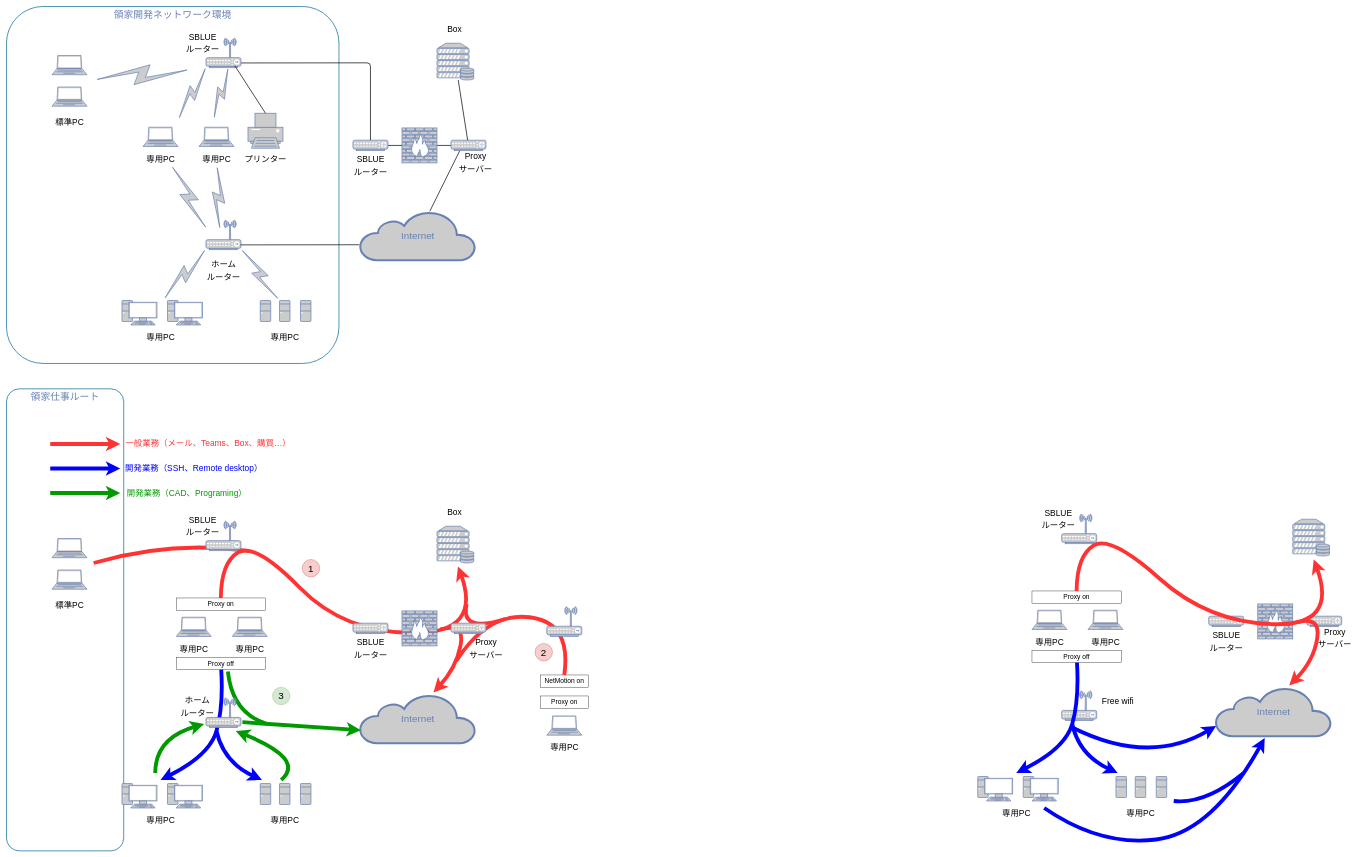
Before: ネットワーク環境.drawio in Shuiiku20/My-Project, a draw.io diagram. Source tidied: cells renumbered, new cells numbered last; positions are measured from the earlier drawing's top-left corner, leaving out a move shared by most shapes. Both pictures are drawn from the tidied source at 35%, with x=0, y=0 at pixel (6, 6).
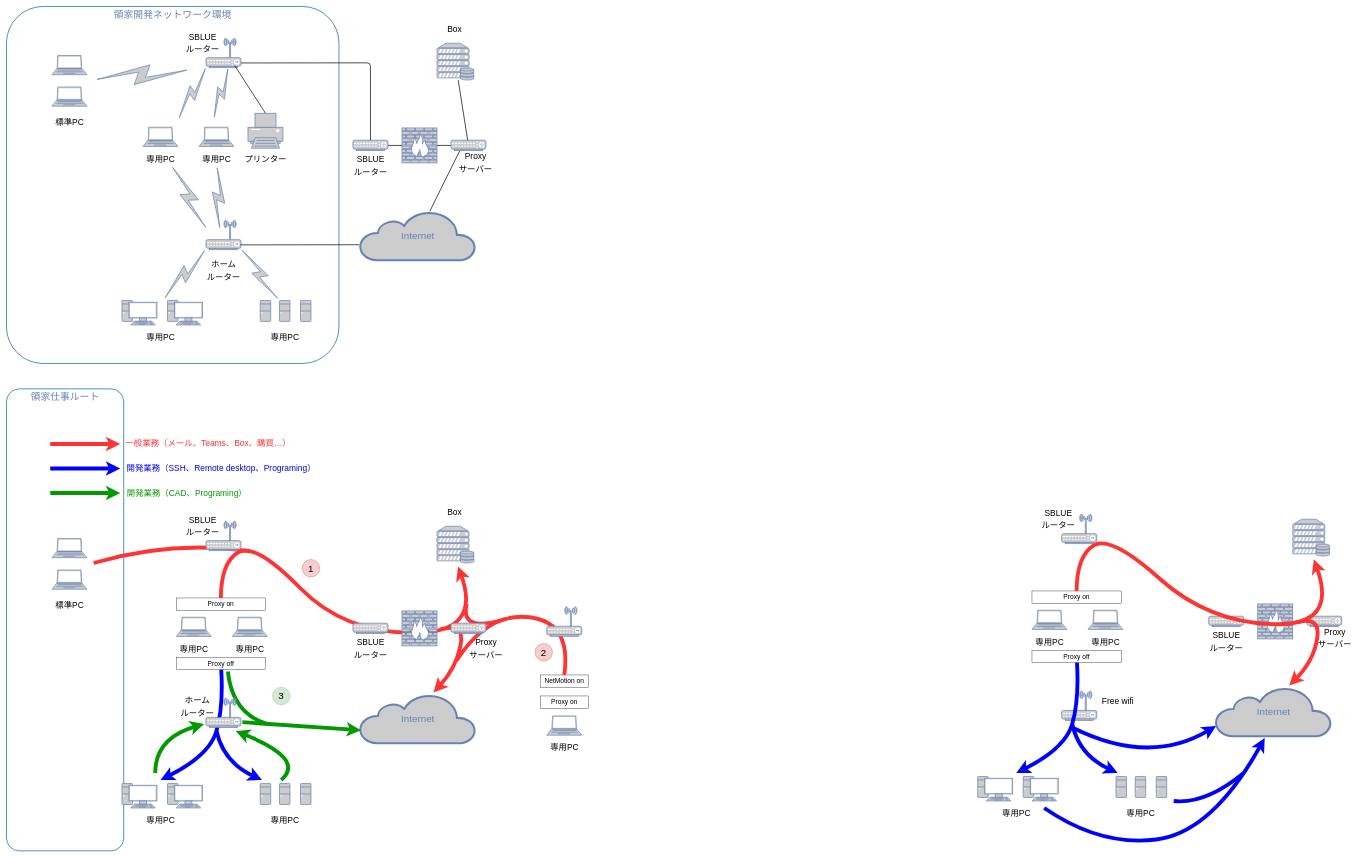
The same diagram, later.

Commit message (it also covers changes not shown here):
ネットワーク環境.drawio を更新します

The change refers to these unchanged cells:
```xml
<mxCell id="76" style="endArrow=classic;html=1;rounded=0;strokeWidth=11;strokeColor=#0000FF;" parent="1" edge="1">
  <mxGeometry relative="1" as="geometry">
    <mxPoint x="125" y="1320" as="sourcePoint" />
    <mxPoint x="325" y="1320" as="targetPoint" />
  </mxGeometry>
</mxCell>
```

The edit, as a diff of the source:
```diff
@@
-    <mxCell id="77" value="&lt;font color=&quot;#0000ff&quot; style=&quot;font-size: 24px;&quot;&gt;開発業務（SSH、Remote desktop）&lt;/font&gt;" style="edgeLabel;html=1;align=center;verticalAlign=middle;" parent="76" vertex="1">
+    <mxCell id="77" value="&lt;font color=&quot;#0000ff&quot; style=&quot;font-size: 24px;&quot;&gt;開発業務（SSH、Remote desktop、Programing）&lt;/font&gt;" style="edgeLabel;html=1;align=center;verticalAlign=middle;" parent="76" vertex="1">
       <mxGeometry x="0.16" y="7" relative="1" as="geometry">
-        <mxPoint x="293" y="7" as="offset" />
+        <mxPoint x="371" y="7" as="offset" />
       </mxGeometry>
     </mxCell>
```
